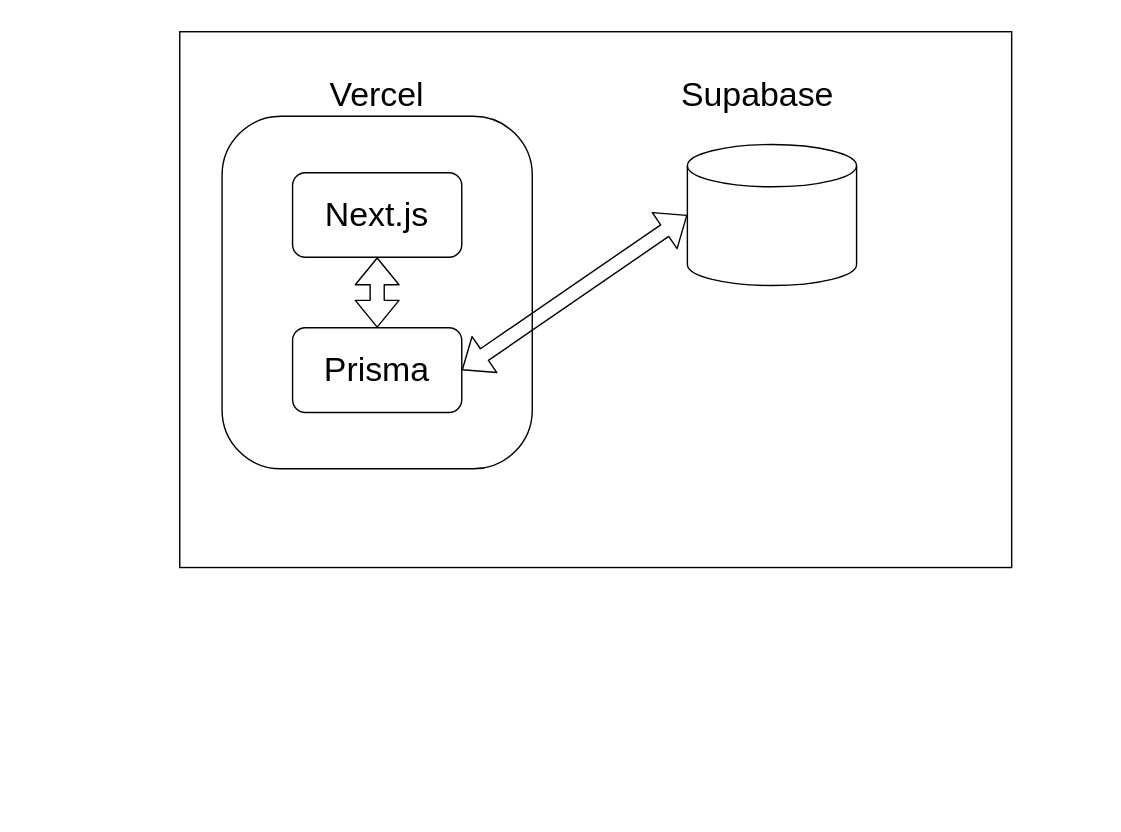
This is design/architect.drawio from betashort/mental-health-diary-app, a draw.io file, before an edit. Source tidied: cells renumbered, new cells numbered last; positions are measured from the earlier drawing's top-left corner, leaving out a move shared by most shapes. Both pictures are drawn from the tidied source at 141%, with x=0, y=0 at pixel (179, 31).
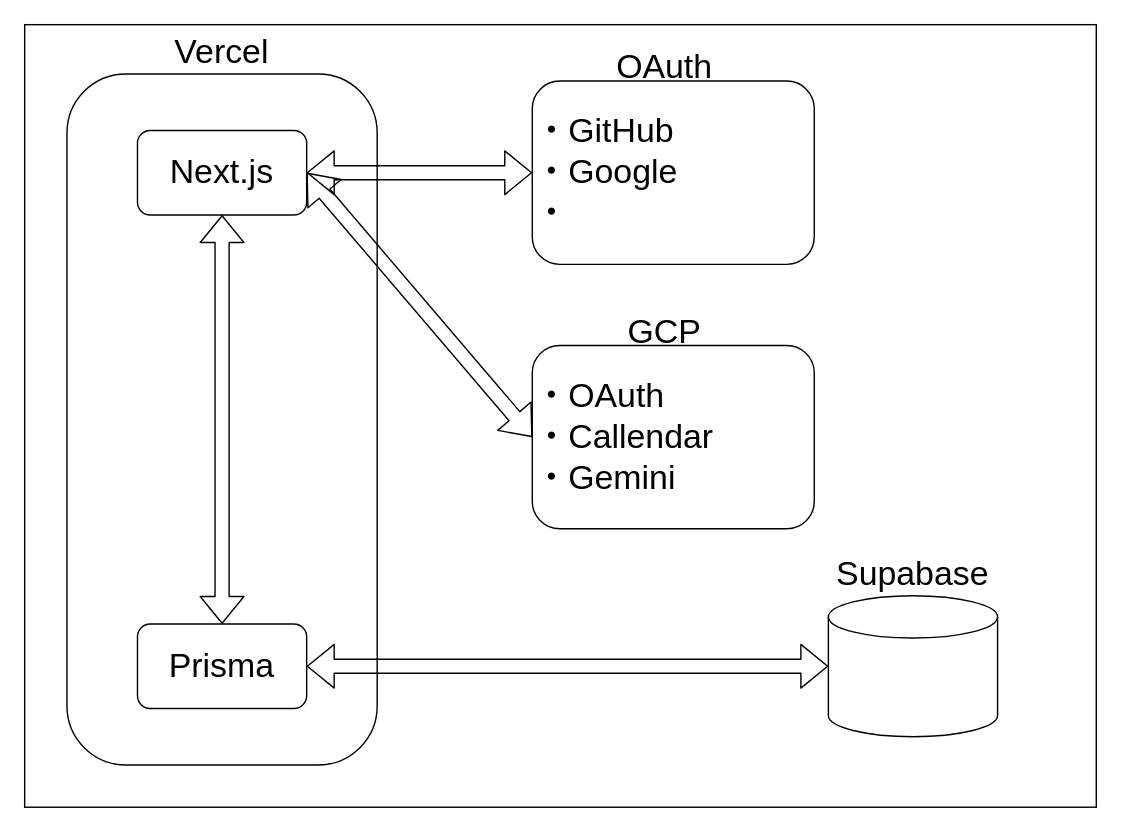
The same diagram, later.

Diff of the diagram source:
```diff
@@
 <mxGraphModel>
   <root>
     <mxCell id="0" />
     <mxCell id="1" parent="0" />
     <mxCell id="2" style="rounded=0;whiteSpace=wrap;html=1;" parent="1" vertex="1">
-      <mxGeometry width="590" height="380" as="geometry" />
+      <mxGeometry x="-110" y="-5" width="760" height="555" as="geometry" />
     </mxCell>
     <mxCell id="3" style="shape=cylinder3;whiteSpace=wrap;html=1;boundedLbl=1;backgroundOutline=1;size=15;" parent="1" vertex="1">
-      <mxGeometry x="360" y="80" width="120" height="100" as="geometry" />
+      <mxGeometry x="460" y="400" width="120" height="100" as="geometry" />
     </mxCell>
     <mxCell id="4" style="rounded=1;whiteSpace=wrap;html=1;arcSize=19;" parent="1" vertex="1">
-      <mxGeometry x="30" y="60" width="220" height="250" as="geometry" />
+      <mxGeometry x="-80" y="30" width="220" height="490" as="geometry" />
     </mxCell>
     <mxCell id="5" value="&lt;font style=&quot;font-size: 24px;&quot;&gt;Vercel&lt;/font&gt;" style="text;html=1;strokeColor=none;fillColor=none;align=center;verticalAlign=middle;whiteSpace=wrap;rounded=0;" parent="1" vertex="1">
-      <mxGeometry x="110" y="30" width="60" height="30" as="geometry" />
+      <mxGeometry width="60" height="30" as="geometry" />
     </mxCell>
     <mxCell id="6" value="&lt;font style=&quot;font-size: 24px;&quot;&gt;Supabase&lt;br&gt;&lt;/font&gt;" style="text;html=1;strokeColor=none;fillColor=none;align=center;verticalAlign=middle;whiteSpace=wrap;rounded=0;" parent="1" vertex="1">
-      <mxGeometry x="380" y="30" width="60" height="30" as="geometry" />
+      <mxGeometry x="490" y="370" width="60" height="30" as="geometry" />
     </mxCell>
     <mxCell id="7" value="Next.js" style="rounded=1;whiteSpace=wrap;html=1;fontSize=24;" parent="1" vertex="1">
-      <mxGeometry x="80" y="100" width="120" height="60" as="geometry" />
+      <mxGeometry x="-30" y="70" width="120" height="60" as="geometry" />
     </mxCell>
     <mxCell id="8" value="Prisma" style="rounded=1;whiteSpace=wrap;html=1;fontSize=24;" parent="1" vertex="1">
-      <mxGeometry x="80" y="210" width="120" height="60" as="geometry" />
+      <mxGeometry x="-30" y="420" width="120" height="60" as="geometry" />
     </mxCell>
-    <mxCell id="9" style="shape=flexArrow;endArrow=classic;startArrow=classic;html=1;fontSize=24;entryX=0;entryY=0.5;entryDx=0;entryDy=0;entryPerimeter=0;" parent="1" edge="1" target="3">
-      <mxGeometry relative="1" as="geometry">
-        <mxPoint x="200" y="240" as="sourcePoint" />
-      </mxGeometry>
+    <mxCell id="9" style="shape=flexArrow;endArrow=classic;startArrow=classic;html=1;fontSize=24;entryX=0;entryY=0.5;entryDx=0;entryDy=0;entryPerimeter=0;exitX=1;exitY=0.5;exitDx=0;exitDy=0;" parent="1" edge="1" source="8" target="3">
+      <mxGeometry relative="1" as="geometry" />
     </mxCell>
     <mxCell id="10" style="shape=flexArrow;endArrow=classic;startArrow=classic;html=1;fontSize=24;entryX=0.5;entryY=1;entryDx=0;entryDy=0;" parent="1" edge="1" source="8" target="7">
       <mxGeometry relative="1" as="geometry" />
     </mxCell>
+    <mxCell id="11" value="&lt;font style=&quot;font-size: 24px;&quot;&gt;・GitHub&lt;/font&gt;&lt;div&gt;&lt;font style=&quot;font-size: 24px;&quot;&gt;・Google&lt;/font&gt;&lt;/div&gt;&lt;div&gt;&lt;span style=&quot;font-size: 24px; background-color: transparent;&quot;&gt;・&lt;/span&gt;&lt;/div&gt;" style="rounded=1;whiteSpace=wrap;html=1;align=left;" parent="1" vertex="1">
+      <mxGeometry x="250" y="35" width="200" height="130" as="geometry" />
+    </mxCell>
+    <mxCell id="12" value="&lt;font style=&quot;font-size: 24px;&quot;&gt;OAuth&lt;/font&gt;" style="text;html=1;align=center;verticalAlign=middle;whiteSpace=wrap;rounded=0;" parent="1" vertex="1">
+      <mxGeometry x="314" y="10" width="60" height="30" as="geometry" />
+    </mxCell>
+    <mxCell id="13" style="shape=flexArrow;endArrow=classic;startArrow=classic;html=1;fontSize=24;entryX=1;entryY=0.5;entryDx=0;entryDy=0;exitX=0;exitY=0.5;exitDx=0;exitDy=0;" parent="1" edge="1" source="11" target="7">
+      <mxGeometry relative="1" as="geometry" />
+    </mxCell>
+    <mxCell id="14" value="&lt;span style=&quot;font-size: 24px;&quot;&gt;・OAuth&lt;/span&gt;&lt;div&gt;&lt;span style=&quot;font-size: 24px;&quot;&gt;・Callendar&lt;/span&gt;&lt;/div&gt;&lt;div&gt;&lt;span style=&quot;font-size: 24px;&quot;&gt;・Gemini&lt;/span&gt;&lt;/div&gt;" style="rounded=1;whiteSpace=wrap;html=1;align=left;" parent="1" vertex="1">
+      <mxGeometry x="250" y="222.5" width="200" height="130" as="geometry" />
+    </mxCell>
+    <mxCell id="15" value="&lt;font style=&quot;font-size: 24px;&quot;&gt;GCP&lt;/font&gt;" style="text;html=1;align=center;verticalAlign=middle;whiteSpace=wrap;rounded=0;" parent="1" vertex="1">
+      <mxGeometry x="314" y="197.5" width="60" height="30" as="geometry" />
+    </mxCell>
+    <mxCell id="16" style="shape=flexArrow;endArrow=classic;startArrow=classic;html=1;fontSize=24;entryX=1;entryY=0.5;entryDx=0;entryDy=0;exitX=0;exitY=0.5;exitDx=0;exitDy=0;" parent="1" edge="1" source="14" target="7">
+      <mxGeometry relative="1" as="geometry" />
+    </mxCell>
   </root>
 </mxGraphModel>
```
